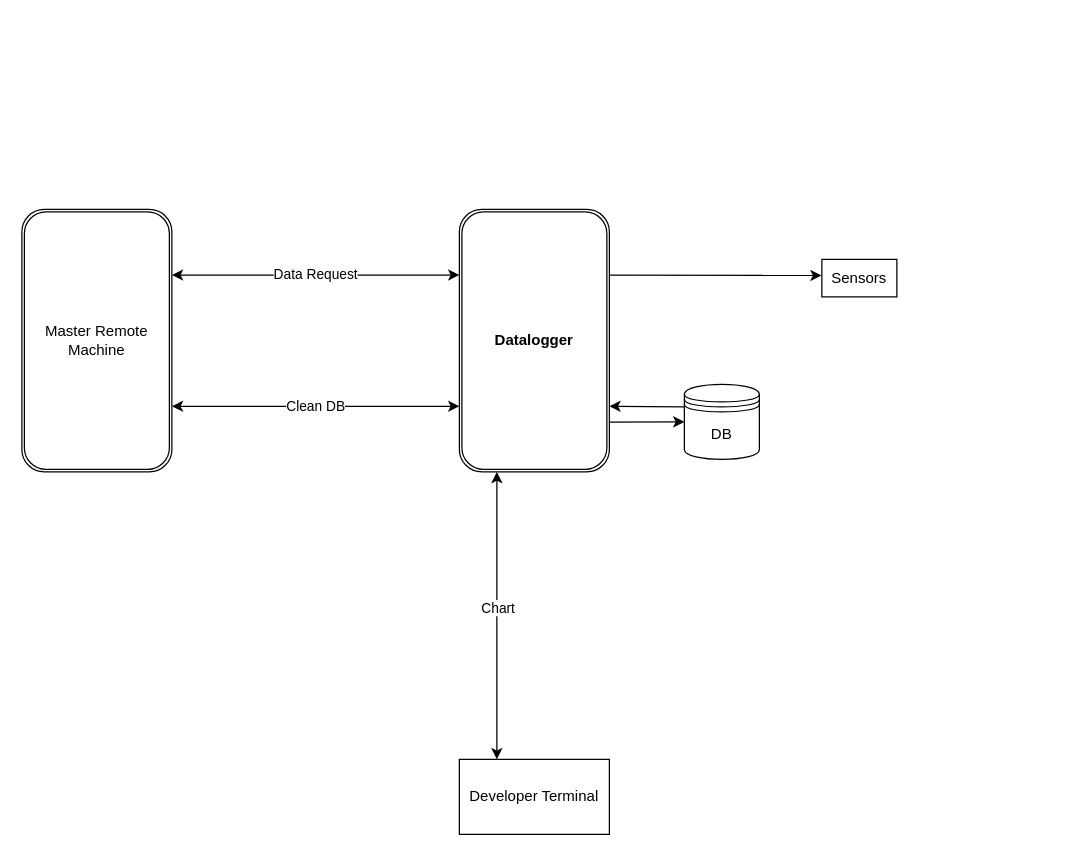
The draw.io diagram arch.drawio in qiweimao/ESP32-Datalogger, before the edit. Source tidied: cells renumbered, new cells numbered last; positions are measured from the earlier drawing's top-left corner, leaving out a move shared by most shapes. Both pictures are drawn from the tidied source at 125%, with x=0, y=0 at pixel (21, 209).
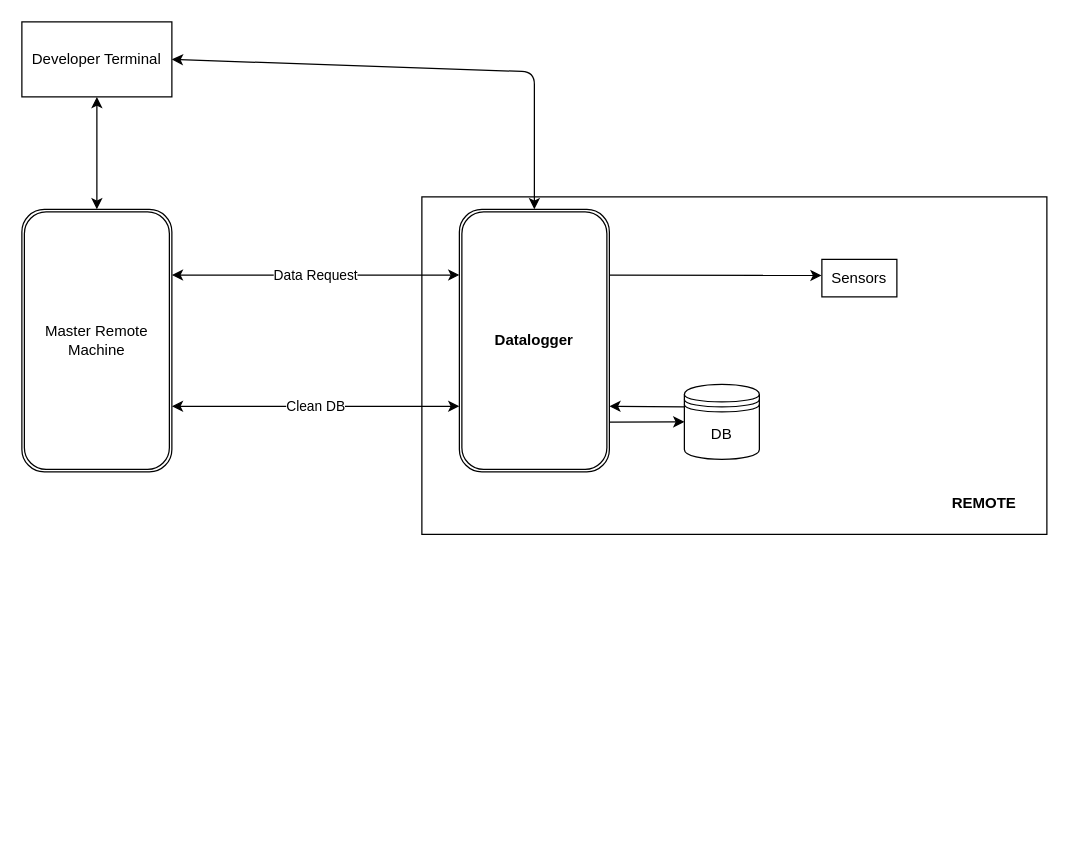
After the change.

The edit, as a diff of the source:
```diff
@@
 <mxGraphModel>
   <root>
     <mxCell id="0" />
     <mxCell id="1" parent="0" />
     <mxCell id="2" value="&lt;b&gt;Datalogger&lt;/b&gt;" style="shape=ext;double=1;rounded=1;whiteSpace=wrap;html=1;" parent="1" vertex="1">
       <mxGeometry x="350" width="120" height="210" as="geometry" />
     </mxCell>
     <mxCell id="3" style="endArrow=classic;html=1;exitX=1;exitY=0.25;exitDx=0;exitDy=0;entryX=-0.004;entryY=0.43;entryDx=0;entryDy=0;entryPerimeter=0;" parent="1" edge="1" source="2" target="4">
       <mxGeometry relative="1" as="geometry" />
     </mxCell>
     <mxCell id="4" value="Sensors" style="rounded=0;whiteSpace=wrap;html=1;" parent="1" vertex="1">
       <mxGeometry x="640" y="40" width="60" height="30" as="geometry" />
     </mxCell>
     <mxCell id="5" value="Master Remote Machine" style="shape=ext;double=1;rounded=1;whiteSpace=wrap;html=1;" parent="1" vertex="1">
       <mxGeometry width="120" height="210" as="geometry" />
     </mxCell>
     <mxCell id="6" value="DB" style="shape=datastore;whiteSpace=wrap;html=1;" parent="1" vertex="1">
       <mxGeometry x="530" y="140" width="60" height="60" as="geometry" />
     </mxCell>
     <mxCell id="7" style="endArrow=classic;html=1;exitX=1;exitY=0.81;exitDx=0;exitDy=0;entryX=0;entryY=0.5;entryDx=0;entryDy=0;exitPerimeter=0;" parent="1" edge="1" source="2" target="6">
       <mxGeometry relative="1" as="geometry" />
     </mxCell>
     <mxCell id="8" style="endArrow=classic;html=1;exitX=0;exitY=0.3;exitDx=0;exitDy=0;entryX=1;entryY=0.75;entryDx=0;entryDy=0;" parent="1" edge="1" source="6" target="2">
       <mxGeometry relative="1" as="geometry" />
     </mxCell>
     <mxCell id="9" value="Data Request" style="endArrow=classic;startArrow=classic;html=1;exitX=1;exitY=0.25;exitDx=0;exitDy=0;entryX=0;entryY=0.25;entryDx=0;entryDy=0;" parent="1" edge="1" source="5" target="2">
       <mxGeometry relative="1" as="geometry" />
     </mxCell>
     <mxCell id="10" value="Clean DB" style="endArrow=classic;startArrow=classic;html=1;exitX=1;exitY=0.75;exitDx=0;exitDy=0;entryX=0;entryY=0.75;entryDx=0;entryDy=0;" parent="1" edge="1" source="5" target="2">
       <mxGeometry relative="1" as="geometry" />
     </mxCell>
     <mxCell id="11" value="Developer Terminal" style="rounded=0;whiteSpace=wrap;html=1;" parent="1" vertex="1">
-      <mxGeometry x="350" y="440" width="120" height="60" as="geometry" />
+      <mxGeometry y="-150" width="120" height="60" as="geometry" />
     </mxCell>
-    <mxCell id="12" style="endArrow=classic;startArrow=classic;html=1;exitX=0.25;exitY=0;exitDx=0;exitDy=0;entryX=0.25;entryY=1;entryDx=0;entryDy=0;" parent="1" edge="1" source="11" target="2">
-      <mxGeometry relative="1" as="geometry" />
+    <mxCell id="12" style="endArrow=classic;startArrow=classic;html=1;entryX=0.5;entryY=0;entryDx=0;entryDy=0;exitX=1;exitY=0.5;exitDx=0;exitDy=0;" parent="1" edge="1" source="11" target="2">
+      <mxGeometry relative="1" as="geometry">
+        <Array as="points">
+          <mxPoint x="410" y="-110" />
+        </Array>
+      </mxGeometry>
     </mxCell>
-    <mxCell id="13" value="Chart" style="edgeLabel;html=1;align=center;verticalAlign=middle;" parent="12" vertex="1">
-      <mxGeometry x="0.06" relative="1" as="geometry" />
+    <mxCell id="13" style="endArrow=classic;startArrow=classic;html=1;entryX=0.5;entryY=0;entryDx=0;entryDy=0;exitX=0.5;exitY=1;exitDx=0;exitDy=0;" parent="1" edge="1" source="11" target="5">
+      <mxGeometry relative="1" as="geometry" />
     </mxCell>
+    <mxCell id="14" style="group;" parent="1" vertex="1">
+      <mxGeometry x="320" y="-10" width="500" height="270" as="geometry" />
+    </mxCell>
+    <mxCell id="15" style="rounded=0;whiteSpace=wrap;html=1;fillColor=none;" parent="14" vertex="1">
+      <mxGeometry width="500" height="270" as="geometry" />
+    </mxCell>
+    <mxCell id="16" value="REMOTE" style="text;html=1;strokeColor=none;fillColor=none;align=center;verticalAlign=middle;whiteSpace=wrap;rounded=0;fontStyle=1;" parent="14" vertex="1">
+      <mxGeometry x="420" y="230" width="60" height="30" as="geometry" />
+    </mxCell>
   </root>
 </mxGraphModel>
```
